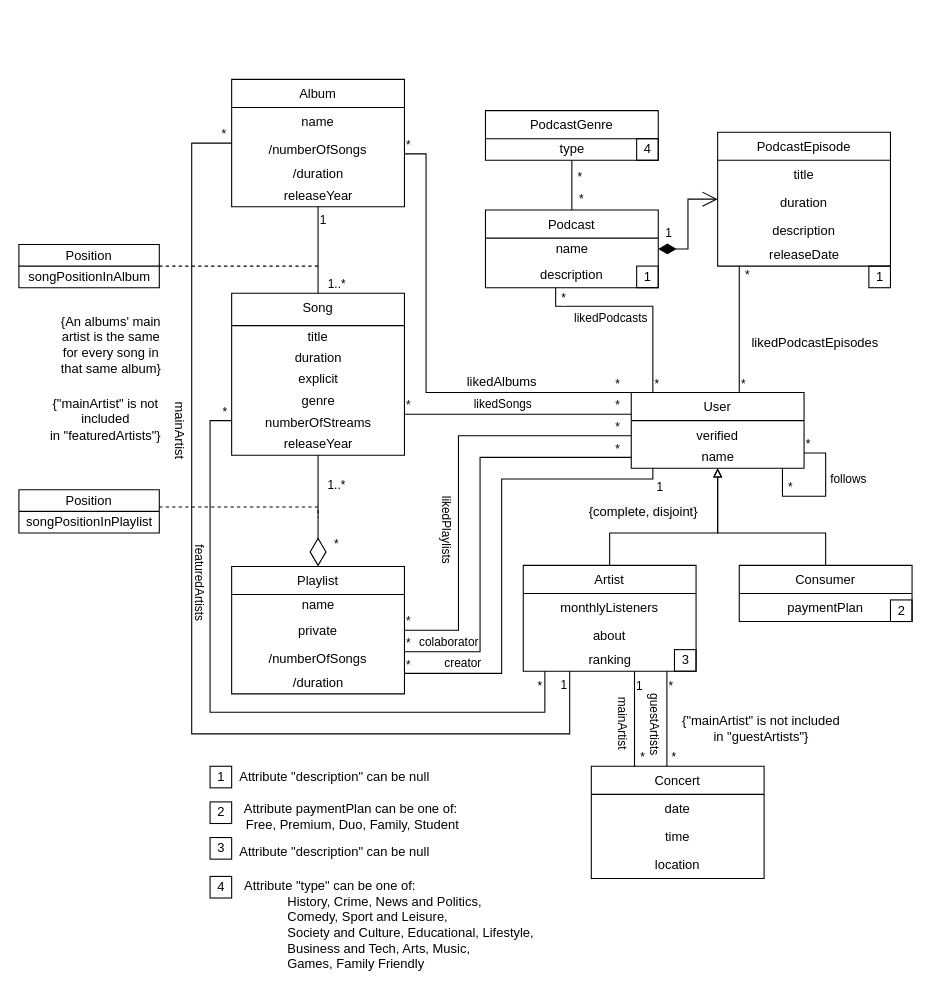
Naapperas/feup-bd keeps this draw.io diagram as page "Page-2" (2 of 2) of 1-delivery/Spotify-class-diag.drawio. Above is the earlier version. Source tidied: cells renumbered, new cells numbered last; positions are measured from the earlier drawing's top-left corner, leaving out a move shared by most shapes. Both pictures are drawn from the tidied source at 108%, with x=0, y=0 at pixel (18, 79).
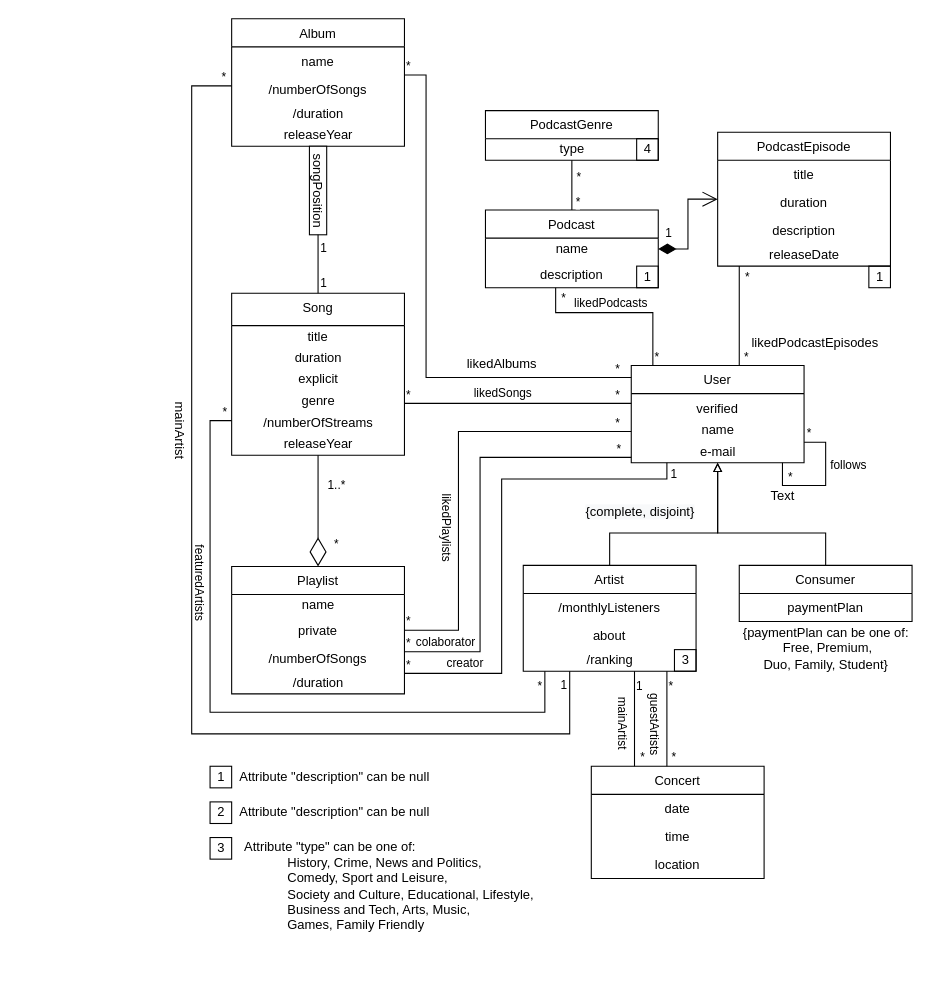
After the change.

Commit message:
Started adding corrections to UML

Unchanged cells that the change refers to:
```xml
<mxCell id="2" value="Song" style="swimlane;fontStyle=0;align=center;verticalAlign=top;horizontal=1;startSize=30;rounded=0;shadow=0;strokeWidth=1;" parent="1" vertex="1">
  <mxGeometry x="197" y="198" width="160" height="150" as="geometry" />
</mxCell>
<mxCell id="16" value="name" style="text;html=1;align=center;verticalAlign=middle;points=[];strokeColor=none;fillColor=none;" parent="14" vertex="1">
  <mxGeometry y="50" width="160" height="20" as="geometry" />
</mxCell>
<mxCell id="18" value="Artist" style="swimlane;fontStyle=0;horizontal=1;startSize=26;fillColor=none;align=center;" parent="1" vertex="1">
  <mxGeometry x="467" y="450" width="160" height="98" as="geometry" />
</mxCell>
<mxCell id="30" value="Playlist" style="swimlane;fontStyle=0;horizontal=1;startSize=26;fillColor=none;align=center;" parent="1" vertex="1">
  <mxGeometry x="197" y="451" width="160" height="118" as="geometry" />
</mxCell>
<mxCell id="35" value="Podcast" style="swimlane;fontStyle=0;horizontal=1;startSize=26;fillColor=none;align=center;" parent="1" vertex="1">
  <mxGeometry x="432" y="121" width="160" height="72" as="geometry" />
</mxCell>
<mxCell id="45" style="endArrow=none;html=1;edgeStyle=orthogonalEdgeStyle;rounded=0;align=center;" parent="1" edge="1" source="35" target="38">
  <mxGeometry relative="1" as="geometry" />
</mxCell>
<mxCell id="52" style="endArrow=none;html=1;edgeStyle=orthogonalEdgeStyle;rounded=0;" parent="1" edge="1" source="14" target="40">
  <mxGeometry relative="1" as="geometry">
    <Array as="points">
      <mxPoint x="667" y="230" />
      <mxPoint x="667" y="230" />
    </Array>
  </mxGeometry>
</mxCell>
```

What changed in the source:
```diff
@@
-    <mxCell id="7" value="numberOfStreams" style="text;html=1;align=center;verticalAlign=middle;strokeColor=none;fillColor=none;" parent="2" vertex="1">
+    <mxCell id="7" value="/numberOfStreams" style="text;html=1;align=center;verticalAlign=middle;strokeColor=none;fillColor=none;" parent="2" vertex="1">
       <mxGeometry y="110" width="160" height="20" as="geometry" />
     </mxCell>
@@
     <mxCell id="9" value="Album" style="swimlane;fontStyle=0;horizontal=1;startSize=26;fillColor=none;align=center;" parent="1" vertex="1">
-      <mxGeometry x="197" width="160" height="118" as="geometry" />
+      <mxGeometry x="197" y="-56.1" width="160" height="118" as="geometry" />
     </mxCell>
@@
     <mxCell id="14" value="User" style="swimlane;fontStyle=0;horizontal=1;startSize=26;fillColor=none;align=center;" parent="1" vertex="1">
-      <mxGeometry x="567" y="290" width="160" height="70" as="geometry" />
+      <mxGeometry x="567" y="265" width="160" height="90" as="geometry" />
     </mxCell>
@@
+    <mxCell id="126" value="e-mail" style="text;html=1;align=center;verticalAlign=middle;strokeColor=none;fillColor=none;" parent="14" vertex="1">
+      <mxGeometry y="70" width="160" height="20" as="geometry" />
+    </mxCell>
-    <mxCell id="17" style="edgeStyle=orthogonalEdgeStyle;rounded=0;jettySize=auto;html=1;entryX=0.5;entryY=1;entryDx=0;entryDy=0;entryPerimeter=0;endArrow=block;endFill=0;" parent="1" edge="1" source="18" target="16">
+    <mxCell id="17" style="edgeStyle=orthogonalEdgeStyle;rounded=0;jettySize=auto;html=1;endArrow=block;endFill=0;" parent="1" edge="1" source="18" target="14">
       <mxGeometry relative="1" as="geometry">
         <Array as="points">
           <mxPoint x="547" y="420" />
           <mxPoint x="647" y="420" />
         </Array>
       </mxGeometry>
     </mxCell>
@@
-    <mxCell id="19" value="monthlyListeners" style="text;strokeColor=none;fillColor=none;align=center;verticalAlign=top;spacingLeft=4;spacingRight=4;overflow=hidden;" parent="18" vertex="1">
+    <mxCell id="19" value="/monthlyListeners" style="text;strokeColor=none;fillColor=none;align=center;verticalAlign=top;spacingLeft=4;spacingRight=4;overflow=hidden;" parent="18" vertex="1">
       <mxGeometry y="26" width="160" height="26" as="geometry" />
     </mxCell>
@@
-    <mxCell id="21" value="ranking" style="text;html=1;align=center;verticalAlign=middle;strokeColor=none;fillColor=none;" parent="18" vertex="1">
+    <mxCell id="21" value="/ranking" style="text;html=1;align=center;verticalAlign=middle;strokeColor=none;fillColor=none;" parent="18" vertex="1">
       <mxGeometry y="78" width="160" height="20" as="geometry" />
     </mxCell>
@@
     <mxCell id="46" value="*" style="edgeLabel;html=1;align=left;verticalAlign=bottom;" parent="45" vertex="1">
       <mxGeometry x="-1" relative="1" as="geometry">
-        <mxPoint x="5" y="-2" as="offset" />
+        <mxPoint x="2" y="1" as="offset" />
       </mxGeometry>
     </mxCell>
     <mxCell id="47" value="*" style="edgeLabel;html=1;align=right;verticalAlign=bottom;" parent="45" vertex="1">
       <mxGeometry x="1" relative="1" as="geometry">
-        <mxPoint x="10" y="24" as="offset" />
+        <mxPoint x="9" y="24" as="offset" />
       </mxGeometry>
     </mxCell>
     <mxCell id="48" style="endArrow=none;html=1;edgeStyle=orthogonalEdgeStyle;rounded=0;" parent="1" edge="1" source="14" target="35">
       <mxGeometry relative="1" as="geometry">
         <Array as="points">
-          <mxPoint x="587" y="210" />
-          <mxPoint x="497" y="210" />
+          <mxPoint x="587" y="216" />
+          <mxPoint x="497" y="216" />
         </Array>
       </mxGeometry>
     </mxCell>
@@
     <mxCell id="51" value="likedPodcasts" style="edgeLabel;html=1;align=center;verticalAlign=middle;" parent="48" vertex="1">
       <mxGeometry x="-0.75" y="-1" relative="1" as="geometry">
-        <mxPoint x="-41" y="-47" as="offset" />
+        <mxPoint x="-41" y="-39" as="offset" />
       </mxGeometry>
     </mxCell>
@@
     <mxCell id="53" value="*" style="edgeLabel;html=1;align=left;verticalAlign=bottom;" parent="52" vertex="1">
-      <mxGeometry x="-1" relative="1" as="geometry" />
+      <mxGeometry x="-1" relative="1" as="geometry">
+        <mxPoint x="3" as="offset" />
+      </mxGeometry>
     </mxCell>
     <mxCell id="54" value="*" style="edgeLabel;html=1;align=right;verticalAlign=bottom;" parent="52" vertex="1">
       <mxGeometry x="1" relative="1" as="geometry">
-        <mxPoint x="10" y="16" as="offset" />
+        <mxPoint x="10" y="18" as="offset" />
       </mxGeometry>
     </mxCell>
@@
-    <mxCell id="62" style="endArrow=none;html=1;edgeStyle=orthogonalEdgeStyle;rounded=0;startArrow=none;startFill=0;" parent="1" edge="1" source="9" target="2">
-      <mxGeometry relative="1" as="geometry" />
-    </mxCell>
-    <mxCell id="63" value="1" style="edgeLabel;html=1;align=left;verticalAlign=bottom;strokeColor=default;" parent="62" vertex="1">
-      <mxGeometry x="-1" relative="1" as="geometry">
-        <mxPoint y="20" as="offset" />
-      </mxGeometry>
-    </mxCell>
-    <mxCell id="64" value="1..*" style="edgeLabel;html=1;align=right;verticalAlign=bottom;strokeColor=default;" parent="62" vertex="1">
-      <mxGeometry x="1" relative="1" as="geometry">
-        <mxPoint x="26" as="offset" />
-      </mxGeometry>
-    </mxCell>
@@
     <mxCell id="67" style="endArrow=none;html=1;edgeStyle=orthogonalEdgeStyle;rounded=0;" parent="1" edge="1" source="14" target="14">
       <mxGeometry relative="1" as="geometry">
         <Array as="points">
-          <mxPoint x="707" y="386" />
-          <mxPoint x="747" y="386" />
-          <mxPoint x="747" y="346" />
+          <mxPoint x="707" y="376" />
+          <mxPoint x="747" y="376" />
+          <mxPoint x="747" y="336" />
         </Array>
       </mxGeometry>
     </mxCell>
     <mxCell id="68" value="*" style="edgeLabel;html=1;align=left;verticalAlign=bottom;strokeColor=default;" parent="67" vertex="1">
       <mxGeometry x="-1" relative="1" as="geometry">
-        <mxPoint x="20" y="-14" as="offset" />
+        <mxPoint x="21" y="-19" as="offset" />
       </mxGeometry>
     </mxCell>
@@
     <mxCell id="75" style="endArrow=none;html=1;edgeStyle=orthogonalEdgeStyle;rounded=0;" parent="1" edge="1" source="30" target="14">
       <mxGeometry relative="1" as="geometry">
         <Array as="points">
           <mxPoint x="447" y="550" />
           <mxPoint x="447" y="370" />
-          <mxPoint x="587" y="370" />
+          <mxPoint x="600" y="370" />
         </Array>
       </mxGeometry>
     </mxCell>
@@
     <mxCell id="77" value="1" style="edgeLabel;html=1;align=right;verticalAlign=bottom;strokeColor=default;" parent="75" vertex="1">
       <mxGeometry x="1" relative="1" as="geometry">
-        <mxPoint x="10" y="26" as="offset" />
+        <mxPoint x="10" y="19" as="offset" />
       </mxGeometry>
     </mxCell>
@@
     <mxCell id="79" style="endArrow=none;html=1;edgeStyle=orthogonalEdgeStyle;rounded=0;" parent="1" edge="1" source="30" target="14">
       <mxGeometry relative="1" as="geometry">
         <Array as="points">
           <mxPoint x="427" y="530" />
           <mxPoint x="427" y="350" />
+          <mxPoint x="580" y="350" />
         </Array>
       </mxGeometry>
     </mxCell>
@@
     <mxCell id="81" value="*" style="edgeLabel;html=1;align=right;verticalAlign=bottom;strokeColor=default;" parent="79" vertex="1">
       <mxGeometry x="1" relative="1" as="geometry">
-        <mxPoint x="-10" as="offset" />
+        <mxPoint x="-9" as="offset" />
       </mxGeometry>
     </mxCell>
     <mxCell id="82" value="colaborator" style="edgeLabel;html=1;align=center;verticalAlign=middle;" parent="79" vertex="1">
       <mxGeometry x="-0.82" relative="1" as="geometry">
-        <mxPoint x="5" y="-10" as="offset" />
+        <mxPoint x="2" y="-10" as="offset" />
       </mxGeometry>
     </mxCell>
     <mxCell id="83" style="endArrow=none;html=1;edgeStyle=orthogonalEdgeStyle;rounded=0;" parent="1" edge="1" source="30" target="14">
       <mxGeometry relative="1" as="geometry">
         <Array as="points">
           <mxPoint x="407" y="510" />
-          <mxPoint x="407" y="330" />
+          <mxPoint x="407" y="326" />
         </Array>
       </mxGeometry>
     </mxCell>
@@
     <mxCell id="87" style="endArrow=none;html=1;edgeStyle=orthogonalEdgeStyle;rounded=0;" parent="1" edge="1" source="2" target="14">
       <mxGeometry relative="1" as="geometry">
         <Array as="points">
-          <mxPoint x="467" y="310" />
-          <mxPoint x="467" y="310" />
+          <mxPoint x="460" y="300" />
+          <mxPoint x="460" y="300" />
         </Array>
       </mxGeometry>
     </mxCell>
@@
     <mxCell id="91" style="endArrow=none;html=1;edgeStyle=orthogonalEdgeStyle;rounded=0;" parent="1" edge="1" source="9" target="14">
       <mxGeometry relative="1" as="geometry">
         <Array as="points">
-          <mxPoint x="377" y="69" />
-          <mxPoint x="377" y="290" />
+          <mxPoint x="377" y="-4" />
+          <mxPoint x="377" y="276" />
         </Array>
       </mxGeometry>
     </mxCell>
@@
     <mxCell id="94" value="likedAlbums" style="text;html=1;align=center;verticalAlign=middle;strokeColor=none;fillColor=none;" parent="1" vertex="1">
-      <mxGeometry x="407" y="270" width="80" height="20" as="geometry" />
+      <mxGeometry x="407" y="254" width="80" height="20" as="geometry" />
     </mxCell>
@@
-    <mxCell id="99" value="Attribute paymentPlan can be one of: &lt;br&gt;&lt;span style=&quot;white-space: pre&quot;&gt; &lt;/span&gt;Free, Premium, Duo, Family, Student" style="text;html=1;align=center;verticalAlign=middle;strokeColor=none;fillColor=none;" parent="1" vertex="1">
-      <mxGeometry x="187" y="668" width="240" height="30" as="geometry" />
+    <mxCell id="99" value="{paymentPlan can be one of: &lt;br&gt;&lt;div&gt;&lt;span style=&quot;white-space: pre&quot;&gt; &lt;/span&gt;Free, Premium, &lt;br&gt;&lt;/div&gt;&lt;div&gt;Duo, Family, Student}&lt;/div&gt;" style="text;html=1;align=center;verticalAlign=middle;strokeColor=none;fillColor=none;" parent="1" vertex="1">
+      <mxGeometry x="662" y="502" width="170" height="50" as="geometry" />
     </mxCell>
-    <mxCell id="100" value="2" style="text;html=1;align=center;verticalAlign=middle;strokeColor=default;fillColor=none;" parent="1" vertex="1">
-      <mxGeometry x="807" y="482" width="20" height="20" as="geometry" />
-    </mxCell>
@@
     <mxCell id="104" value="Attribute &quot;description&quot;  can be null" style="text;html=1;align=center;verticalAlign=middle;strokeColor=none;fillColor=none;" parent="1" vertex="1">
-      <mxGeometry x="197" y="706" width="190" height="20" as="geometry" />
+      <mxGeometry x="197" y="669" width="190" height="20" as="geometry" />
     </mxCell>
-    <mxCell id="105" value="4" style="text;html=1;align=center;verticalAlign=middle;strokeColor=default;fillColor=none;" parent="1" vertex="1">
-      <mxGeometry x="177" y="738" width="20" height="20" as="geometry" />
-    </mxCell>
@@
     <mxCell id="107" value="Attribute &quot;type&quot; can be one of:&lt;br&gt;&lt;blockquote style=&quot;margin: 0 0 0 40px ; border: none ; padding: 0px&quot;&gt;History, Crime, News and Politics,&lt;br&gt;Comedy, Sport and Leisure,&lt;br&gt; Society and Culture, Educational, Lifestyle,&lt;br&gt; Business and Tech, Arts, Music,&lt;/blockquote&gt;&lt;blockquote style=&quot;margin: 0 0 0 40px ; border: none ; padding: 0px&quot;&gt;Games, Family Friendly&lt;/blockquote&gt;" style="text;html=1;align=left;verticalAlign=middle;strokeColor=none;fillColor=none;" parent="1" vertex="1">
-      <mxGeometry x="207" y="738" width="280" height="90" as="geometry" />
+      <mxGeometry x="207" y="702" width="280" height="90" as="geometry" />
     </mxCell>
-    <mxCell id="108" style="edgeStyle=orthogonalEdgeStyle;rounded=0;jettySize=auto;html=1;dashed=1;startArrow=none;startFill=0;endArrow=none;endFill=0;" parent="1" edge="1" source="109">
-      <mxGeometry relative="1" as="geometry">
-        <mxPoint x="277" y="406" as="targetPoint" />
-        <Array as="points">
-          <mxPoint x="277" y="396" />
-        </Array>
-      </mxGeometry>
-    </mxCell>
-    <mxCell id="109" value="Position" style="swimlane;fontStyle=0;horizontal=1;startSize=20;fillColor=none;align=center;" parent="1" vertex="1">
-      <mxGeometry y="380" width="130" height="40" as="geometry" />
-    </mxCell>
-    <mxCell id="110" value="songPositionInPlaylist" style="text;html=1;align=center;verticalAlign=middle;strokeColor=none;fillColor=none;" parent="109" vertex="1">
-      <mxGeometry y="20" width="130" height="20" as="geometry" />
-    </mxCell>
-    <mxCell id="111" style="edgeStyle=orthogonalEdgeStyle;rounded=0;jettySize=auto;html=1;dashed=1;startArrow=none;startFill=0;endArrow=none;endFill=0;" parent="1" edge="1" source="112">
-      <mxGeometry relative="1" as="geometry">
-        <mxPoint x="277" y="172.9" as="targetPoint" />
-      </mxGeometry>
-    </mxCell>
-    <mxCell id="112" value="Position" style="swimlane;fontStyle=0;horizontal=1;startSize=20;fillColor=none;align=center;" parent="1" vertex="1">
-      <mxGeometry y="152.9" width="130" height="40" as="geometry" />
-    </mxCell>
-    <mxCell id="113" value="songPositionInAlbum" style="text;html=1;align=center;verticalAlign=middle;strokeColor=none;fillColor=none;" parent="112" vertex="1">
-      <mxGeometry y="20" width="130" height="20" as="geometry" />
-    </mxCell>
     <mxCell id="114" value="&amp;nbsp;" style="endArrow=none;html=1;edgeStyle=orthogonalEdgeStyle;rounded=0;" parent="1" edge="1" source="9" target="18">
       <mxGeometry x="0.03" y="-40" relative="1" as="geometry">
         <Array as="points">
-          <mxPoint x="160" y="59" />
+          <mxPoint x="160" y="6" />
           <mxPoint x="160" y="606" />
           <mxPoint x="510" y="606" />
         </Array>
       </mxGeometry>
     </mxCell>
@@
-    <mxCell id="119" value="&lt;div&gt;{An albums' main &lt;br&gt;&lt;/div&gt;&lt;div&gt;artist is the same &lt;br&gt;&lt;/div&gt;&lt;div&gt;for every song in &lt;br&gt;&lt;/div&gt;&lt;div&gt;that same album}&lt;/div&gt;" style="text;html=1;align=center;verticalAlign=middle;strokeColor=none;fillColor=none;" parent="1" vertex="1">
-      <mxGeometry x="30" y="216" width="110" height="60" as="geometry" />
-    </mxCell>
-    <mxCell id="120" value="&lt;div&gt;{&quot;mainArtist&quot; is not &lt;br&gt;&lt;/div&gt;&lt;div&gt;included &lt;br&gt;&lt;/div&gt;&lt;div&gt;in &quot;featuredArtists&quot;}&lt;/div&gt;" style="text;html=1;align=center;verticalAlign=middle;strokeColor=none;fillColor=none;" parent="1" vertex="1">
-      <mxGeometry x="20" y="290" width="120" height="50" as="geometry" />
-    </mxCell>
@@
-    <mxCell id="125" value="&lt;div&gt;{&quot;mainArtist&quot; is not included&lt;/div&gt;&lt;div&gt; in &quot;guestArtists&quot;}&lt;/div&gt;" style="text;html=1;align=center;verticalAlign=middle;strokeColor=none;fillColor=none;" parent="1" vertex="1">
-      <mxGeometry x="607" y="586" width="160" height="30" as="geometry" />
-    </mxCell>
+    <mxCell id="127" style="html=1;rounded=0;shadow=0;glass=0;sketch=0;fillStyle=auto;" parent="1" vertex="1">
+      <mxGeometry x="269" y="61.9" width="16" height="82" as="geometry" />
+    </mxCell>
+    <mxCell id="128" style="endArrow=none;html=1;rounded=0;align=center;verticalAlign=top;endFill=0;labelBackgroundColor=none;endSize=2;shadow=0;" parent="1" edge="1" source="127" target="2">
+      <mxGeometry relative="1" as="geometry" />
+    </mxCell>
+    <mxCell id="129" value="1" style="edgeLabel;html=1;align=center;verticalAlign=middle;" parent="128" vertex="1">
+      <mxGeometry x="-0.38" relative="1" as="geometry">
+        <mxPoint x="4" y="-5" as="offset" />
+      </mxGeometry>
+    </mxCell>
+    <mxCell id="130" value="1" style="edgeLabel;html=1;align=center;verticalAlign=middle;" parent="128" vertex="1">
+      <mxGeometry x="0.77" y="1" relative="1" as="geometry">
+        <mxPoint x="3" y="-3" as="offset" />
+      </mxGeometry>
+    </mxCell>
+    <mxCell id="131" value="songPosition" style="text;html=1;align=center;verticalAlign=middle;strokeColor=none;fillColor=none;rotation=90;" parent="1" vertex="1">
+      <mxGeometry x="237" y="92.9" width="80" height="20" as="geometry" />
+    </mxCell>
+    <mxCell id="132" value="Text" style="text;html=1;align=center;verticalAlign=middle;strokeColor=none;fillColor=none;" parent="1" vertex="1">
+      <mxGeometry x="687" y="376" width="40" height="20" as="geometry" />
+    </mxCell>
```
